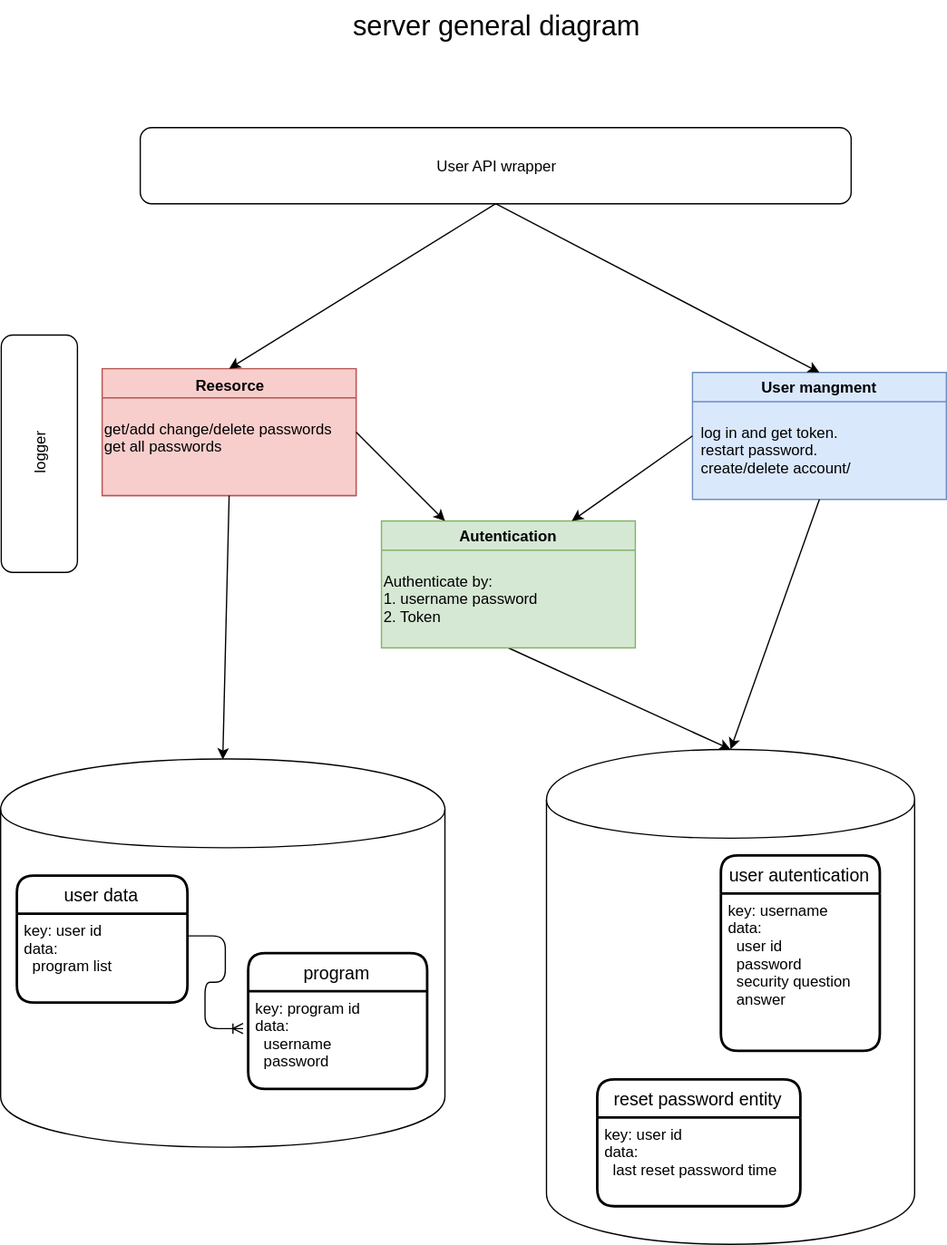
Above: Documents/server scema.svg in adibl/password_saver (draw.io), before the change. Source tidied: cells renumbered, new cells last; positions are measured from the earlier drawing's top-left corner, leaving out a move shared by most shapes.
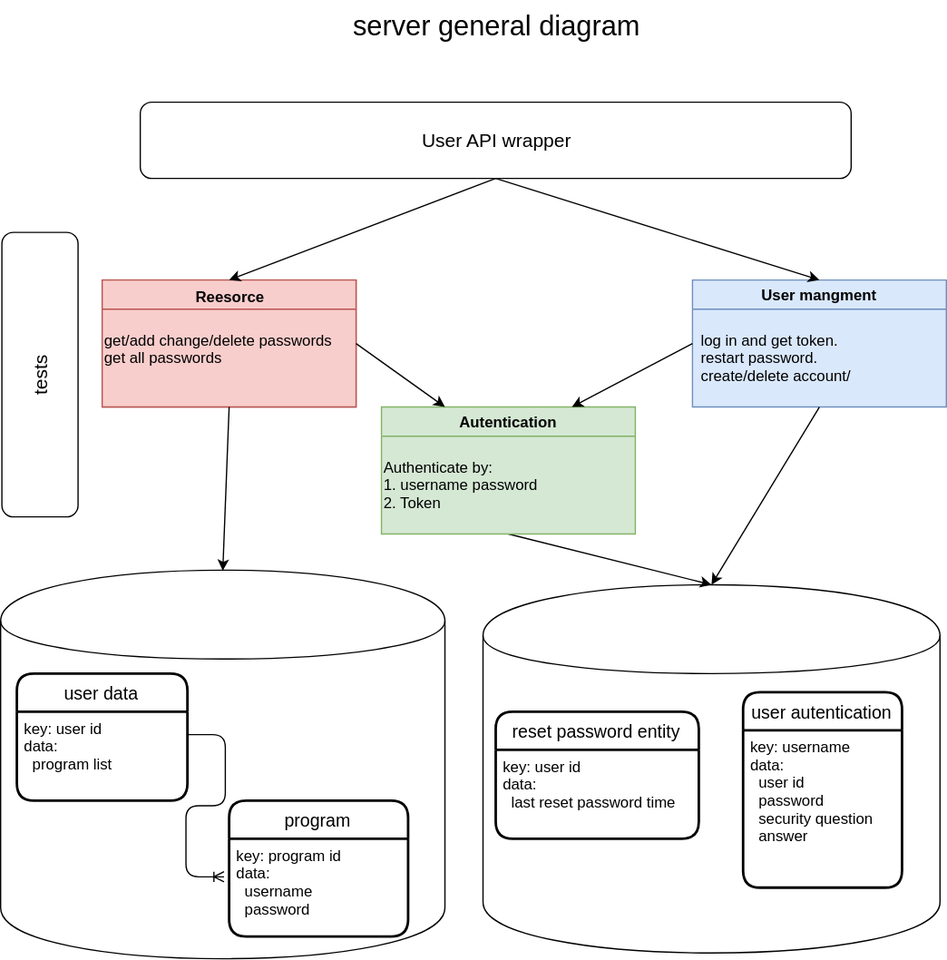
The same file after the commit.

What changed in the source:
```diff
@@ -5,11 +5,11 @@
     <mxCell id="2" value="server general diagram" style="text;strokeColor=none;fillColor=none;align=center;verticalAlign=middle;whiteSpace=wrap;rounded=0;fontSize=22;" parent="1" vertex="1">
       <mxGeometry x="258" width="390" height="40" as="geometry" />
     </mxCell>
-    <mxCell id="3" value="User API wrapper" style="rounded=1;whiteSpace=wrap;html=1;" parent="1" vertex="1">
-      <mxGeometry x="173" y="100" width="560" height="60" as="geometry" />
+    <mxCell id="3" value="&lt;font style=&quot;font-size: 15px&quot;&gt;User API wrapper&lt;/font&gt;" style="rounded=1;whiteSpace=wrap;html=1;" parent="1" vertex="1">
+      <mxGeometry x="173" y="80" width="560" height="60" as="geometry" />
     </mxCell>
     <mxCell id="4" style="group;fillColor=#f8cecc;strokeColor=#b85450;" parent="1" vertex="1">
-      <mxGeometry x="143" y="290" width="200" height="100" as="geometry" />
+      <mxGeometry x="143" y="220" width="200" height="100" as="geometry" />
     </mxCell>
     <mxCell id="5" value="Reesorce" style="swimlane;startSize=23;whiteSpace=wrap;html=1;swimlaneFillColor=#F8CECC;fillColor=#F8CECC;strokeColor=#b85450;" parent="4" vertex="1">
       <mxGeometry width="200" height="100" as="geometry" />
@@ -18,7 +18,7 @@
       <mxGeometry y="38" width="190" height="30" as="geometry" />
     </mxCell>
     <mxCell id="7" value="User mangment" style="swimlane;startSize=23;fillColor=#DAE8FC;strokeColor=#6c8ebf;swimlaneFillColor=#DAE8FC;" parent="1" vertex="1">
-      <mxGeometry x="608" y="293" width="200" height="100" as="geometry" />
+      <mxGeometry x="608" y="220" width="200" height="100" as="geometry" />
     </mxCell>
     <mxCell id="8" value="log in and get token.&#10;restart password.&#10;create/delete account/&#10;" style="text;align=left;verticalAlign=top;spacingTop=-4;" parent="7" vertex="1">
       <mxGeometry x="5" y="38" width="130" height="40" as="geometry" />
@@ -33,60 +33,58 @@
       <mxGeometry relative="1" as="geometry" />
     </mxCell>
     <mxCell id="12" style="shape=cylinder;whiteSpace=wrap;html=1;boundedLbl=1;backgroundOutline=1;" parent="1" vertex="1">
-      <mxGeometry x="493" y="590" width="290" height="390" as="geometry" />
+      <mxGeometry x="443" y="460" width="360" height="290" as="geometry" />
     </mxCell>
     <mxCell id="13" style="endArrow=classic;html=1;exitX=0.5;exitY=1;exitDx=0;exitDy=0;entryX=0.5;entryY=0;entryDx=0;entryDy=0;" parent="1" edge="1" source="14" target="12">
       <mxGeometry relative="1" as="geometry" />
     </mxCell>
     <mxCell id="14" value="Autentication" style="swimlane;startSize=23;fillColor=#D5E8D4;strokeColor=#82b366;swimlaneFillColor=#D5E8D4;" parent="1" vertex="1">
-      <mxGeometry x="363" y="410" width="200" height="100" as="geometry" />
+      <mxGeometry x="363" y="320" width="200" height="100" as="geometry" />
     </mxCell>
     <mxCell id="15" value="Authenticate by:&#10;1. username password&#10;2. Token&#10;" style="text;align=left;verticalAlign=top;spacingTop=-4;" parent="14" vertex="1">
       <mxGeometry y="38" width="140" height="40" as="geometry" />
     </mxCell>
-    <mxCell id="16" value="logger" style="rounded=1;whiteSpace=wrap;html=1;rotation=-90;" parent="1" vertex="1">
-      <mxGeometry y="327" width="187" height="60" as="geometry" />
+    <mxCell id="16" value="&lt;font style=&quot;font-size: 15px&quot;&gt;tests&lt;/font&gt;" style="rounded=1;whiteSpace=wrap;html=1;rotation=-90;" parent="1" vertex="1">
+      <mxGeometry x="-18" y="264.5" width="224" height="60" as="geometry" />
     </mxCell>
     <mxCell id="17" style="endArrow=classic;html=1;exitX=0.5;exitY=1;exitDx=0;exitDy=0;entryX=0.5;entryY=0;entryDx=0;entryDy=0;" parent="1" edge="1" source="7" target="12">
       <mxGeometry relative="1" as="geometry" />
     </mxCell>
-    <mxCell id="18" value="user autentication" style="swimlane;horizontal=1;startSize=30;fillColor=none;fontColor=#000000;rounded=1;fontSize=14;fontStyle=0;strokeWidth=2;shadow=0;dashed=0;align=center;" parent="1" vertex="1">
-      <mxGeometry x="630.4" y="673.6" width="125.2" height="153.9" as="geometry" />
-    </mxCell>
-    <mxCell id="19" value="key: username&#10;data: &#10;  user id&#10;  password&#10;  security question&#10;  answer&#10;" style="align=left;strokeColor=none;fillColor=none;spacingLeft=4;fontSize=12;verticalAlign=top;" parent="18" vertex="1">
-      <mxGeometry y="30" width="125.2" height="123.9" as="geometry" />
-    </mxCell>
     <mxCell id="20" value="reset password entity" style="swimlane;horizontal=1;startSize=30;fillColor=none;fontColor=#000000;rounded=1;fontSize=14;fontStyle=0;strokeWidth=2;shadow=0;dashed=0;align=center;" parent="1" vertex="1">
-      <mxGeometry x="533" y="850" width="160" height="100" as="geometry" />
+      <mxGeometry x="453" y="560" width="160" height="100" as="geometry" />
     </mxCell>
     <mxCell id="21" value="key: user id&#10;data:&#10;  last reset password time&#10;" style="align=left;strokeColor=none;fillColor=none;spacingLeft=4;fontSize=12;verticalAlign=top;" parent="20" vertex="1">
       <mxGeometry y="30" width="160" height="70" as="geometry" />
     </mxCell>
-    <mxCell id="22" style="endArrow=classic;html=1;exitX=1;exitY=0.5;exitDx=0;exitDy=0;" parent="1" edge="1" source="5">
-      <mxGeometry relative="1" as="geometry">
-        <mxPoint x="413" y="410" as="targetPoint" />
-      </mxGeometry>
+    <mxCell id="22" style="endArrow=classic;html=1;exitX=1;exitY=0.5;exitDx=0;exitDy=0;entryX=0.25;entryY=0;entryDx=0;entryDy=0;" parent="1" edge="1" source="5" target="14">
+      <mxGeometry relative="1" as="geometry" />
     </mxCell>
     <mxCell id="23" style="endArrow=classic;html=1;exitX=0;exitY=0.5;exitDx=0;exitDy=0;entryX=0.75;entryY=0;entryDx=0;entryDy=0;" parent="1" edge="1" source="7" target="14">
       <mxGeometry relative="1" as="geometry" />
     </mxCell>
     <mxCell id="24" style="shape=cylinder;whiteSpace=wrap;html=1;boundedLbl=1;backgroundOutline=1;" parent="1" vertex="1">
-      <mxGeometry x="63" y="597.5" width="350" height="306" as="geometry" />
+      <mxGeometry x="63" y="448.5" width="350" height="306" as="geometry" />
     </mxCell>
     <mxCell id="25" style="edgeStyle=entityRelationEdgeStyle;fontSize=12;html=1;endArrow=ERoneToMany;exitX=1;exitY=0.25;exitDx=0;exitDy=0;entryX=-0.029;entryY=0.389;entryDx=0;entryDy=0;entryPerimeter=0;" parent="1" edge="1" source="27" target="29">
       <mxGeometry relative="1" as="geometry" />
     </mxCell>
     <mxCell id="26" value="user data" style="swimlane;horizontal=1;startSize=30;fillColor=none;fontColor=#000000;rounded=1;fontSize=14;fontStyle=0;strokeWidth=2;shadow=0;dashed=0;align=center;" parent="1" vertex="1">
-      <mxGeometry x="75.8" y="689.5" width="134.4" height="100.1" as="geometry" />
+      <mxGeometry x="75.8" y="530" width="134.4" height="100.1" as="geometry" />
     </mxCell>
     <mxCell id="27" value="key: user id&#10;data:&#10;  program list&#10;" style="align=left;strokeColor=none;fillColor=none;spacingLeft=4;fontSize=12;verticalAlign=top;" parent="26" vertex="1">
       <mxGeometry y="30" width="134.4" height="70.1" as="geometry" />
     </mxCell>
     <mxCell id="28" value="program" style="swimlane;horizontal=1;startSize=30;fillColor=none;fontColor=#000000;rounded=1;fontSize=14;fontStyle=0;strokeWidth=2;shadow=0;dashed=0;align=center;" parent="1" vertex="1">
-      <mxGeometry x="258" y="750.5" width="141" height="107" as="geometry" />
+      <mxGeometry x="243" y="630" width="141" height="107" as="geometry" />
     </mxCell>
     <mxCell id="29" value="key: program id&#10;data: &#10;  username&#10;  password&#10;" style="align=left;strokeColor=none;fillColor=none;spacingLeft=4;fontSize=12;verticalAlign=top;" parent="28" vertex="1">
       <mxGeometry y="30" width="141" height="77" as="geometry" />
     </mxCell>
+    <mxCell id="18" value="user autentication" style="swimlane;horizontal=1;startSize=30;fillColor=none;fontColor=#000000;rounded=1;fontSize=14;fontStyle=0;strokeWidth=2;shadow=0;dashed=0;align=center;" parent="1" vertex="1">
+      <mxGeometry x="647.9" y="544.6" width="125.2" height="153.9" as="geometry" />
+    </mxCell>
+    <mxCell id="19" value="key: username&#10;data: &#10;  user id&#10;  password&#10;  security question&#10;  answer&#10;" style="align=left;strokeColor=none;fillColor=none;spacingLeft=4;fontSize=12;verticalAlign=top;" parent="18" vertex="1">
+      <mxGeometry y="30" width="125.2" height="123.9" as="geometry" />
+    </mxCell>
   </root>
 </mxGraphModel>
```
